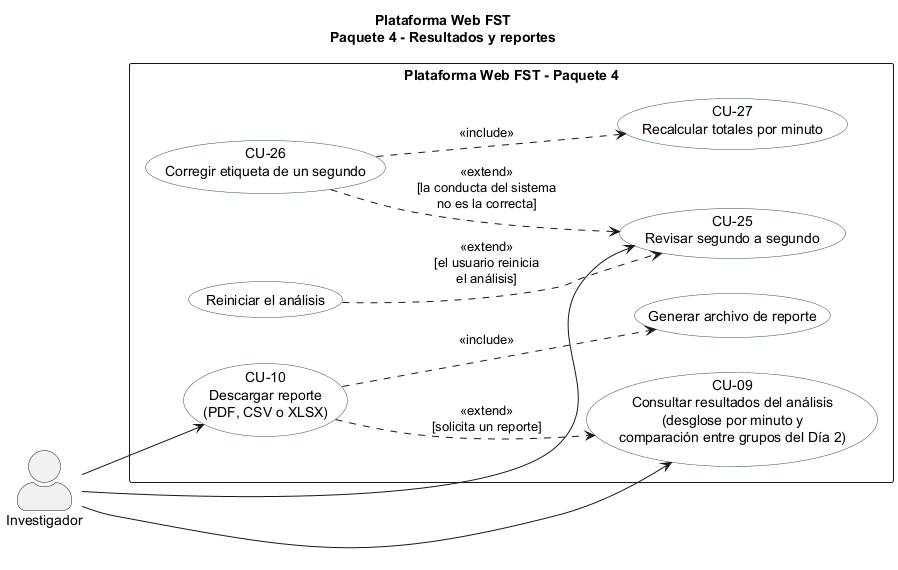
Earlier version of the PlantUML export figures/mermaid/cu_paquete4.png (ErickJester/fst-ai-system-latex).
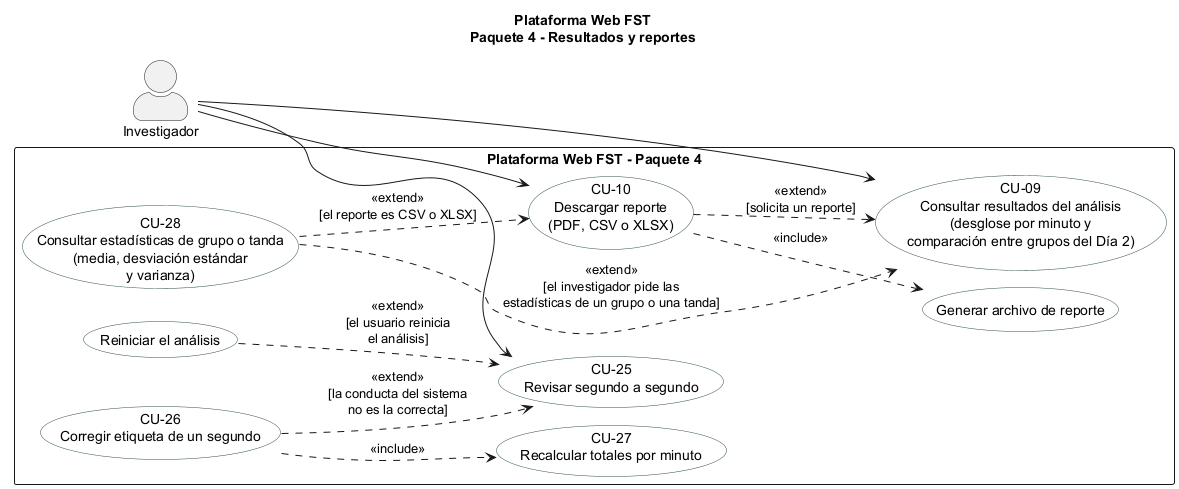
After the change.

What changed in the source:
```diff
@@ -1,4 +1,5 @@
 @startuml
+!pragma layout smetana
 title Plataforma Web FST\nPaquete 4 - Resultados y reportes
 left to right direction
 skinparam packageStyle rectangle
@@ -16,6 +17,7 @@
   usecase "CU-26\nCorregir etiqueta de un segundo" as CU26
   usecase "CU-27\nRecalcular totales por minuto" as CU27
   usecase "Reiniciar el análisis" as UC25R
+  usecase "CU-28\nConsultar estadísticas de grupo o tanda\n(media, desviación estándar\ny varianza)" as CU28
 }
 INV --> CU09
 INV --> CU10
@@ -25,4 +27,6 @@
 CU26 ..> CU25 : <<extend>>\n[la conducta del sistema\nno es la correcta]
 CU26 ..> CU27 : <<include>>
 UC25R ..> CU25 : <<extend>>\n[el usuario reinicia\nel análisis]
+CU28 ..> CU09 : <<extend>>\n[el investigador pide las\nestadísticas de un grupo o una tanda]
+CU28 ..> CU10 : <<extend>>\n[el reporte es CSV o XLSX]
 @enduml
```
